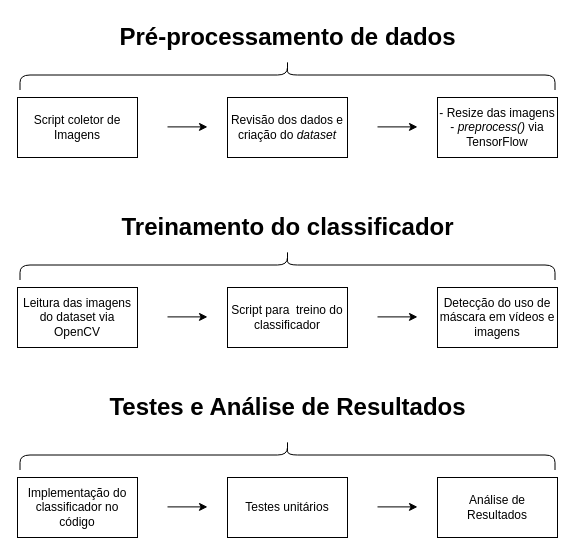
Above: Assets/t1/draw-trab.drawio in Processamento-de-video-UFABC-2021-2/Processamento-de-video-UFABC-2021-2.github.io (draw.io), before the change. Source tidied: cells renumbered, new cells numbered last; positions are measured from the earlier drawing's top-left corner, leaving out a move shared by most shapes. Both pictures are drawn from the tidied source at 100%, with x=0, y=0 at pixel (17, -193).
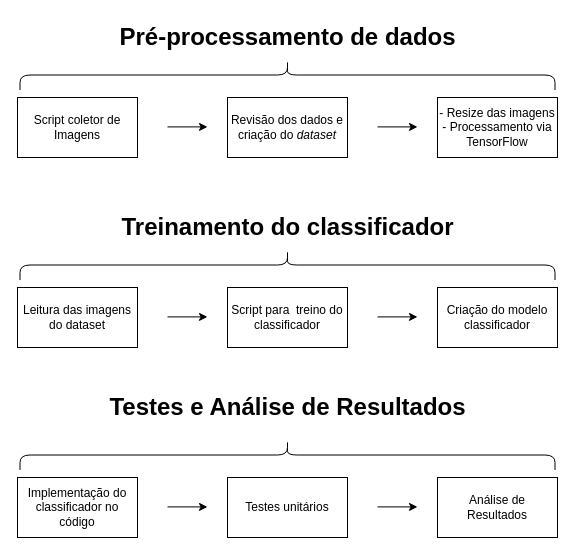
After the change.

Change to the diagram source:
```diff
@@
-    <mxCell id="6" value="- Resize das imagens&lt;br&gt;- &lt;i&gt;preprocess()&amp;nbsp;&lt;/i&gt;via TensorFlow" style="rounded=0;whiteSpace=wrap;html=1;" parent="1" vertex="1">
+    <mxCell id="6" value="- Resize das imagens&lt;br&gt;- Processamento&lt;i&gt;&amp;nbsp;&lt;/i&gt;via TensorFlow" style="rounded=0;whiteSpace=wrap;html=1;" parent="1" vertex="1">
       <mxGeometry x="420" y="290" width="120" height="60" as="geometry" />
     </mxCell>
@@
-    <mxCell id="11" value="Leitura das imagens do dataset via OpenCV" style="rounded=0;whiteSpace=wrap;html=1;" parent="1" vertex="1">
+    <mxCell id="11" value="Leitura das imagens do dataset" style="rounded=0;whiteSpace=wrap;html=1;" parent="1" vertex="1">
       <mxGeometry y="480" width="120" height="60" as="geometry" />
     </mxCell>
@@
-    <mxCell id="15" value="Detecção do uso de máscara em vídeos e imagens" style="rounded=0;whiteSpace=wrap;html=1;" parent="1" vertex="1">
+    <mxCell id="15" value="Criação do modelo classificador" style="rounded=0;whiteSpace=wrap;html=1;" parent="1" vertex="1">
       <mxGeometry x="420" y="480" width="120" height="60" as="geometry" />
     </mxCell>
```
